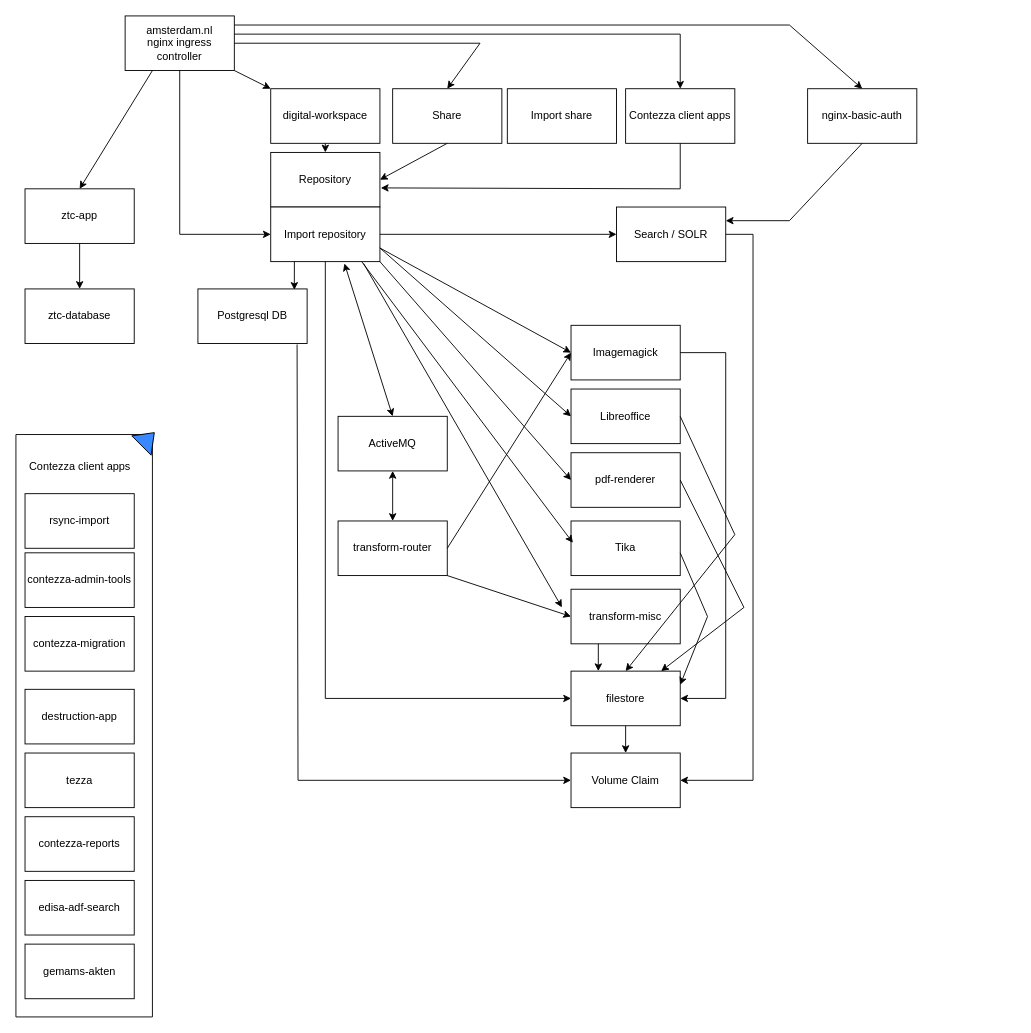
Above: Untitled Diagram.drawio in lobbrecht-capgemini/charts (draw.io), before the change. Source tidied: cells renumbered, new cells numbered last; positions are measured from the earlier drawing's top-left corner, leaving out a move shared by most shapes. Both pictures are drawn from the tidied source at 91%, with x=0, y=0 at pixel (15, 15).
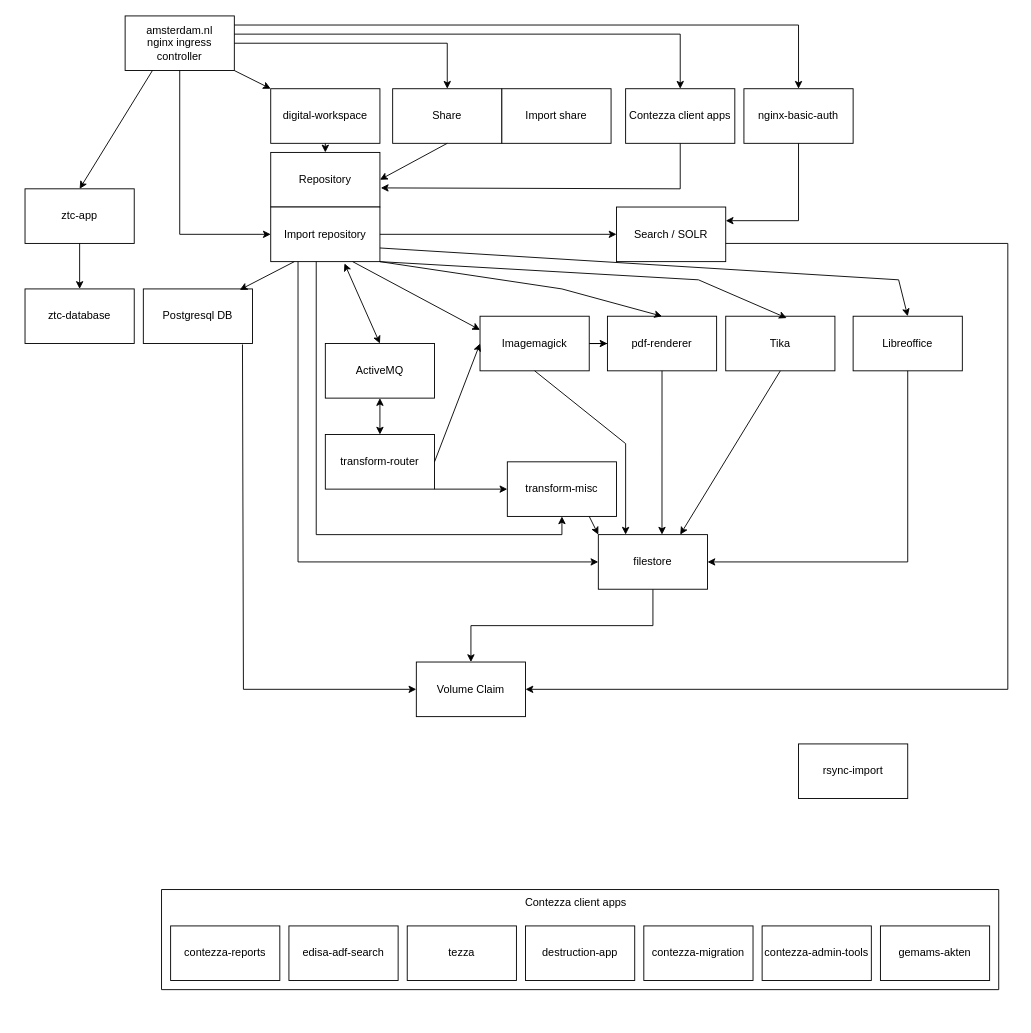
The same page after the edit.

The change refers to these unchanged cells:
```xml
<mxCell id="2" value="Share" style="rounded=0;whiteSpace=wrap;html=1;" parent="1" vertex="1">
  <mxGeometry x="414" y="80" width="120" height="60" as="geometry" />
</mxCell>
<mxCell id="5" value="Search / SOLR" style="rounded=0;whiteSpace=wrap;html=1;" parent="1" vertex="1">
  <mxGeometry x="660" y="210" width="120" height="60" as="geometry" />
</mxCell>
<mxCell id="28" value="Import repository" style="rounded=0;whiteSpace=wrap;html=1;" parent="1" vertex="1">
  <mxGeometry x="280" y="210" width="120" height="60" as="geometry" />
</mxCell>
```

The edit, as a diff of the source:
```diff
@@
     <mxCell id="3" value="Import share" style="rounded=0;whiteSpace=wrap;html=1;" parent="1" vertex="1">
-      <mxGeometry x="540" y="80" width="120" height="60" as="geometry" />
+      <mxGeometry x="534" y="80" width="120" height="60" as="geometry" />
     </mxCell>
@@
     <mxCell id="7" value="Volume Claim&lt;br&gt;" style="rounded=0;whiteSpace=wrap;html=1;" parent="1" vertex="1">
-      <mxGeometry x="610" y="810" width="120" height="60" as="geometry" />
+      <mxGeometry x="440" y="710" width="120" height="60" as="geometry" />
     </mxCell>
     <mxCell id="8" value="ActiveMQ" style="rounded=0;whiteSpace=wrap;html=1;" parent="1" vertex="1">
-      <mxGeometry x="354" y="440" width="120" height="60" as="geometry" />
+      <mxGeometry x="340" y="360" width="120" height="60" as="geometry" />
     </mxCell>
+    <mxCell id="67" style="edgeStyle=orthogonalEdgeStyle;rounded=0;jettySize=auto;html=1;" parent="1" edge="1" source="9" target="11">
+      <mxGeometry relative="1" as="geometry" />
+    </mxCell>
     <mxCell id="9" value="Imagemagick" style="rounded=0;whiteSpace=wrap;html=1;" parent="1" vertex="1">
-      <mxGeometry x="610" y="340" width="120" height="60" as="geometry" />
+      <mxGeometry x="510" y="330" width="120" height="60" as="geometry" />
     </mxCell>
     <mxCell id="10" value="Libreoffice" style="rounded=0;whiteSpace=wrap;html=1;" parent="1" vertex="1">
-      <mxGeometry x="610" y="410" width="120" height="60" as="geometry" />
+      <mxGeometry x="920" y="330" width="120" height="60" as="geometry" />
     </mxCell>
     <mxCell id="11" value="pdf-renderer" style="rounded=0;whiteSpace=wrap;html=1;" parent="1" vertex="1">
-      <mxGeometry x="610" y="480" width="120" height="60" as="geometry" />
+      <mxGeometry x="650" y="330" width="120" height="60" as="geometry" />
     </mxCell>
     <mxCell id="12" value="Tika" style="rounded=0;whiteSpace=wrap;html=1;" parent="1" vertex="1">
-      <mxGeometry x="610" y="555" width="120" height="60" as="geometry" />
+      <mxGeometry x="780" y="330" width="120" height="60" as="geometry" />
     </mxCell>
     <mxCell id="13" value="transform-misc" style="rounded=0;whiteSpace=wrap;html=1;" parent="1" vertex="1">
-      <mxGeometry x="610" y="630" width="120" height="60" as="geometry" />
+      <mxGeometry x="540" y="490" width="120" height="60" as="geometry" />
     </mxCell>
     <mxCell id="14" value="transform-router" style="rounded=0;whiteSpace=wrap;html=1;" parent="1" vertex="1">
-      <mxGeometry x="354" y="555" width="120" height="60" as="geometry" />
+      <mxGeometry x="340" y="460" width="120" height="60" as="geometry" />
     </mxCell>
     <mxCell id="15" value="filestore" style="rounded=0;whiteSpace=wrap;html=1;" parent="1" vertex="1">
-      <mxGeometry x="610" y="720" width="120" height="60" as="geometry" />
+      <mxGeometry x="640" y="570" width="120" height="60" as="geometry" />
     </mxCell>
-    <mxCell id="16" value="contezza-admin-tools" style="rounded=0;whiteSpace=wrap;html=1;" parent="1" vertex="1">
-      <mxGeometry x="10" y="590" width="120" height="60" as="geometry" />
-    </mxCell>
-    <mxCell id="17" value="contezza-migration" style="rounded=0;whiteSpace=wrap;html=1;" parent="1" vertex="1">
-      <mxGeometry x="10" y="660" width="120" height="60" as="geometry" />
-    </mxCell>
-    <mxCell id="18" value="destruction-app" style="rounded=0;whiteSpace=wrap;html=1;" parent="1" vertex="1">
-      <mxGeometry x="10" y="740" width="120" height="60" as="geometry" />
-    </mxCell>
@@
-    <mxCell id="20" value="edisa-adf-search" style="rounded=0;whiteSpace=wrap;html=1;" parent="1" vertex="1">
-      <mxGeometry x="10" y="950" width="120" height="60" as="geometry" />
-    </mxCell>
-    <mxCell id="21" value="gemams-akten" style="rounded=0;whiteSpace=wrap;html=1;" parent="1" vertex="1">
-      <mxGeometry x="10" y="1020" width="120" height="60" as="geometry" />
-    </mxCell>
-    <mxCell id="22" value="contezza-reports" style="rounded=0;whiteSpace=wrap;html=1;" parent="1" vertex="1">
-      <mxGeometry x="10" y="880" width="120" height="60" as="geometry" />
-    </mxCell>
-    <mxCell id="23" value="tezza" style="rounded=0;whiteSpace=wrap;html=1;" parent="1" vertex="1">
-      <mxGeometry x="10" y="810" width="120" height="60" as="geometry" />
-    </mxCell>
     <mxCell id="24" value="nginx-basic-auth" style="rounded=0;whiteSpace=wrap;html=1;" parent="1" vertex="1">
-      <mxGeometry x="870" y="80" width="120" height="60" as="geometry" />
+      <mxGeometry x="800" y="80" width="120" height="60" as="geometry" />
     </mxCell>
-    <mxCell id="25" value="rsync-import" style="rounded=0;whiteSpace=wrap;html=1;" parent="1" vertex="1">
-      <mxGeometry x="10" y="525" width="120" height="60" as="geometry" />
-    </mxCell>
@@
-    <mxCell id="32" style="endArrow=none;html=1;rounded=0;exitX=1;exitY=0.5;exitDx=0;exitDy=0;" parent="1" edge="1" source="9">
-      <mxGeometry relative="1" as="geometry">
-        <mxPoint x="780" y="370" as="targetPoint" />
-      </mxGeometry>
-    </mxCell>
-    <mxCell id="33" style="endArrow=none;html=1;rounded=0;" parent="1" edge="1">
-      <mxGeometry relative="1" as="geometry">
-        <mxPoint x="780" y="750" as="sourcePoint" />
-        <mxPoint x="780" y="370" as="targetPoint" />
-      </mxGeometry>
-    </mxCell>
-    <mxCell id="34" style="endArrow=classic;html=1;rounded=0;entryX=1;entryY=0.5;entryDx=0;entryDy=0;" parent="1" edge="1" target="15">
-      <mxGeometry relative="1" as="geometry">
-        <mxPoint x="780" y="750" as="sourcePoint" />
-      </mxGeometry>
-    </mxCell>
-    <mxCell id="35" style="endArrow=classic;html=1;rounded=0;" parent="1" edge="1" target="15">
-      <mxGeometry relative="1" as="geometry">
-        <mxPoint x="730" y="510" as="sourcePoint" />
-        <Array as="points">
-          <mxPoint x="800" y="650" />
-        </Array>
-      </mxGeometry>
-    </mxCell>
-    <mxCell id="36" style="endArrow=classic;html=1;rounded=0;entryX=1;entryY=0.25;entryDx=0;entryDy=0;" parent="1" edge="1" target="15">
-      <mxGeometry relative="1" as="geometry">
-        <mxPoint x="730" y="590" as="sourcePoint" />
-        <Array as="points">
-          <mxPoint x="760" y="660" />
-        </Array>
-      </mxGeometry>
-    </mxCell>
-    <mxCell id="37" style="endArrow=classic;html=1;rounded=0;entryX=0.5;entryY=0;entryDx=0;entryDy=0;" parent="1" edge="1" target="15">
+    <mxCell id="37" style="endArrow=classic;html=1;rounded=0;entryX=1;entryY=0.5;entryDx=0;entryDy=0;exitX=0.5;exitY=1;exitDx=0;exitDy=0;" parent="1" edge="1" source="10" target="15">
       <mxGeometry relative="1" as="geometry">
-        <mxPoint x="730" y="440" as="sourcePoint" />
         <Array as="points">
-          <mxPoint x="790" y="570" />
+          <mxPoint x="980" y="600" />
         </Array>
       </mxGeometry>
     </mxCell>
-    <mxCell id="38" style="endArrow=classic;html=1;rounded=0;entryX=0.25;entryY=0;entryDx=0;entryDy=0;" parent="1" edge="1" target="15">
-      <mxGeometry relative="1" as="geometry">
-        <mxPoint x="640" y="690" as="sourcePoint" />
-      </mxGeometry>
-    </mxCell>
@@
-    <mxCell id="43" style="endArrow=classic;html=1;rounded=0;exitX=1;exitY=0.75;exitDx=0;exitDy=0;entryX=0;entryY=0.5;entryDx=0;entryDy=0;" parent="1" edge="1" source="28" target="9">
+    <mxCell id="43" style="endArrow=classic;html=1;rounded=0;exitX=0.75;exitY=1;exitDx=0;exitDy=0;entryX=0;entryY=0.25;entryDx=0;entryDy=0;" parent="1" edge="1" source="28" target="9">
       <mxGeometry relative="1" as="geometry" />
     </mxCell>
-    <mxCell id="44" style="endArrow=classic;html=1;rounded=0;exitX=1;exitY=0.75;exitDx=0;exitDy=0;entryX=0;entryY=0.5;entryDx=0;entryDy=0;" parent="1" edge="1" source="28" target="10">
-      <mxGeometry relative="1" as="geometry" />
+    <mxCell id="44" style="endArrow=classic;html=1;rounded=0;exitX=1;exitY=0.75;exitDx=0;exitDy=0;entryX=0.5;entryY=0;entryDx=0;entryDy=0;" parent="1" edge="1" source="28" target="10">
+      <mxGeometry relative="1" as="geometry">
+        <Array as="points">
+          <mxPoint x="970" y="290" />
+        </Array>
+      </mxGeometry>
     </mxCell>
-    <mxCell id="45" style="endArrow=classic;html=1;rounded=0;exitX=1;exitY=1;exitDx=0;exitDy=0;entryX=0;entryY=0.5;entryDx=0;entryDy=0;" parent="1" edge="1" source="28" target="11">
-      <mxGeometry relative="1" as="geometry" />
+    <mxCell id="45" style="endArrow=classic;html=1;rounded=0;exitX=1;exitY=1;exitDx=0;exitDy=0;entryX=0.5;entryY=0;entryDx=0;entryDy=0;" parent="1" edge="1" source="28" target="11">
+      <mxGeometry relative="1" as="geometry">
+        <Array as="points">
+          <mxPoint x="600" y="300" />
+        </Array>
+      </mxGeometry>
     </mxCell>
-    <mxCell id="46" style="endArrow=classic;html=1;rounded=0;exitX=0.833;exitY=1;exitDx=0;exitDy=0;entryX=0.017;entryY=0.4;entryDx=0;entryDy=0;entryPerimeter=0;exitPerimeter=0;" parent="1" edge="1" source="28" target="12">
-      <mxGeometry relative="1" as="geometry" />
+    <mxCell id="46" style="endArrow=classic;html=1;rounded=0;exitX=1;exitY=1;exitDx=0;exitDy=0;entryX=0.558;entryY=0.033;entryDx=0;entryDy=0;entryPerimeter=0;" parent="1" edge="1" source="28" target="12">
+      <mxGeometry relative="1" as="geometry">
+        <Array as="points">
+          <mxPoint x="750" y="290" />
+        </Array>
+      </mxGeometry>
     </mxCell>
-    <mxCell id="47" style="endArrow=classic;html=1;rounded=0;exitX=0.85;exitY=1.033;exitDx=0;exitDy=0;exitPerimeter=0;" parent="1" edge="1" source="28">
-      <mxGeometry relative="1" as="geometry">
-        <mxPoint x="600" y="650" as="targetPoint" />
-      </mxGeometry>
-    </mxCell>
-    <mxCell id="48" style="endArrow=classic;html=1;rounded=0;entryX=1;entryY=0.5;entryDx=0;entryDy=0;exitX=1;exitY=0.5;exitDx=0;exitDy=0;" parent="1" edge="1" source="5" target="7">
-      <mxGeometry relative="1" as="geometry">
-        <Array as="points">
-          <mxPoint x="810" y="240" />
-          <mxPoint x="810" y="840" />
-        </Array>
-      </mxGeometry>
-    </mxCell>
     <mxCell id="49" value="Postgresql DB" style="rounded=0;whiteSpace=wrap;html=1;" parent="1" vertex="1">
-      <mxGeometry x="200" y="300" width="120" height="60" as="geometry" />
+      <mxGeometry x="140" y="300" width="120" height="60" as="geometry" />
     </mxCell>
@@
     <mxCell id="51" style="endArrow=classic;html=1;rounded=0;exitX=0.908;exitY=1.017;exitDx=0;exitDy=0;exitPerimeter=0;entryX=0;entryY=0.5;entryDx=0;entryDy=0;" parent="1" edge="1" source="49" target="7">
       <mxGeometry relative="1" as="geometry">
         <Array as="points">
-          <mxPoint x="310" y="840" />
+          <mxPoint x="250" y="740" />
         </Array>
       </mxGeometry>
     </mxCell>
@@
     <mxCell id="53" style="endArrow=classic;html=1;rounded=0;entryX=0.5;entryY=0;entryDx=0;entryDy=0;" parent="1" edge="1" target="2">
       <mxGeometry relative="1" as="geometry">
         <mxPoint x="240" y="30" as="sourcePoint" />
         <Array as="points">
-          <mxPoint x="510" y="30" />
+          <mxPoint x="474" y="30" />
         </Array>
       </mxGeometry>
     </mxCell>
@@
     <mxCell id="56" style="endArrow=classic;html=1;rounded=0;entryX=0.5;entryY=0;entryDx=0;entryDy=0;" parent="1" edge="1" target="24">
       <mxGeometry relative="1" as="geometry">
         <mxPoint x="240" y="10" as="sourcePoint" />
         <Array as="points">
-          <mxPoint x="850" y="10" />
+          <mxPoint x="860" y="10" />
         </Array>
       </mxGeometry>
     </mxCell>
     <mxCell id="57" style="endArrow=classic;html=1;rounded=0;exitX=0.5;exitY=1;exitDx=0;exitDy=0;entryX=1;entryY=0.25;entryDx=0;entryDy=0;" parent="1" edge="1" source="24" target="5">
       <mxGeometry relative="1" as="geometry">
         <Array as="points">
-          <mxPoint x="850" y="225" />
+          <mxPoint x="860" y="225" />
         </Array>
       </mxGeometry>
     </mxCell>
@@
     <mxCell id="63" style="swimlane;startSize=0;" parent="1" vertex="1">
-      <mxGeometry y="460" width="150" height="640" as="geometry" />
+      <mxGeometry x="160" y="960" width="920" height="110" as="geometry" />
     </mxCell>
     <mxCell id="64" value="Contezza client apps" style="text;html=1;align=center;verticalAlign=middle;strokeColor=none;fillColor=none;" parent="63" vertex="1">
-      <mxGeometry x="5" y="20" width="130" height="30" as="geometry" />
+      <mxGeometry x="390" width="130" height="30" as="geometry" />
     </mxCell>
-    <mxCell id="65" style="triangle;whiteSpace=wrap;html=1;fillColor=#3a88fe;rotation=-45;" parent="63" vertex="1">
-      <mxGeometry x="135" y="-10" width="20" height="30" as="geometry" />
-    </mxCell>
+    <mxCell id="16" value="contezza-admin-tools" style="rounded=0;whiteSpace=wrap;html=1;" parent="63" vertex="1">
+      <mxGeometry x="660" y="40" width="120" height="60" as="geometry" />
+    </mxCell>
+    <mxCell id="17" value="contezza-migration" style="rounded=0;whiteSpace=wrap;html=1;" parent="63" vertex="1">
+      <mxGeometry x="530" y="40" width="120" height="60" as="geometry" />
+    </mxCell>
+    <mxCell id="18" value="destruction-app" style="rounded=0;whiteSpace=wrap;html=1;" parent="63" vertex="1">
+      <mxGeometry x="400" y="40" width="120" height="60" as="geometry" />
+    </mxCell>
+    <mxCell id="23" value="tezza" style="rounded=0;whiteSpace=wrap;html=1;" parent="63" vertex="1">
+      <mxGeometry x="270" y="40" width="120" height="60" as="geometry" />
+    </mxCell>
+    <mxCell id="21" value="gemams-akten" style="rounded=0;whiteSpace=wrap;html=1;" parent="63" vertex="1">
+      <mxGeometry x="790" y="40" width="120" height="60" as="geometry" />
+    </mxCell>
+    <mxCell id="20" value="edisa-adf-search" style="rounded=0;whiteSpace=wrap;html=1;" parent="63" vertex="1">
+      <mxGeometry x="140" y="40" width="120" height="60" as="geometry" />
+    </mxCell>
+    <mxCell id="22" value="contezza-reports" style="rounded=0;whiteSpace=wrap;html=1;" parent="63" vertex="1">
+      <mxGeometry x="10" y="40" width="120" height="60" as="geometry" />
+    </mxCell>
-    <mxCell id="66" style="endArrow=classic;html=1;rounded=0;entryX=0;entryY=0.5;entryDx=0;entryDy=0;" parent="1" edge="1" target="15">
+    <mxCell id="66" style="endArrow=classic;html=1;rounded=0;entryX=0;entryY=0.5;entryDx=0;entryDy=0;exitX=0.25;exitY=1;exitDx=0;exitDy=0;" parent="1" edge="1" source="28" target="15">
       <mxGeometry relative="1" as="geometry">
-        <mxPoint x="340" y="270" as="sourcePoint" />
         <Array as="points">
-          <mxPoint x="340" y="750" />
+          <mxPoint x="310" y="600" />
         </Array>
       </mxGeometry>
     </mxCell>
+    <mxCell id="68" style="endArrow=classic;html=1;rounded=0;entryX=0.5;entryY=1;entryDx=0;entryDy=0;" parent="1" edge="1" target="13">
+      <mxGeometry relative="1" as="geometry">
+        <mxPoint x="330" y="270" as="sourcePoint" />
+        <Array as="points">
+          <mxPoint x="330" y="570" />
+          <mxPoint x="600" y="570" />
+        </Array>
+      </mxGeometry>
+    </mxCell>
+    <mxCell id="69" style="endArrow=classic;html=1;rounded=0;entryX=1;entryY=0.5;entryDx=0;entryDy=0;" parent="1" edge="1" target="7">
+      <mxGeometry relative="1" as="geometry">
+        <mxPoint x="780" y="250" as="sourcePoint" />
+        <Array as="points">
+          <mxPoint x="1090" y="250" />
+          <mxPoint x="1090" y="740" />
+        </Array>
+      </mxGeometry>
+    </mxCell>
+    <mxCell id="70" style="endArrow=classic;html=1;rounded=0;exitX=0.75;exitY=1;exitDx=0;exitDy=0;entryX=0;entryY=0;entryDx=0;entryDy=0;" parent="1" edge="1" source="13" target="15">
+      <mxGeometry relative="1" as="geometry" />
+    </mxCell>
+    <mxCell id="71" style="endArrow=classic;html=1;rounded=0;exitX=0.5;exitY=1;exitDx=0;exitDy=0;entryX=0.25;entryY=0;entryDx=0;entryDy=0;" parent="1" edge="1" source="9" target="15">
+      <mxGeometry relative="1" as="geometry">
+        <Array as="points">
+          <mxPoint x="670" y="470" />
+        </Array>
+      </mxGeometry>
+    </mxCell>
+    <mxCell id="72" style="endArrow=classic;html=1;rounded=0;exitX=0.5;exitY=1;exitDx=0;exitDy=0;entryX=0.583;entryY=0;entryDx=0;entryDy=0;entryPerimeter=0;" parent="1" edge="1" source="11" target="15">
+      <mxGeometry relative="1" as="geometry" />
+    </mxCell>
+    <mxCell id="73" style="endArrow=classic;html=1;rounded=0;exitX=0.5;exitY=1;exitDx=0;exitDy=0;entryX=0.75;entryY=0;entryDx=0;entryDy=0;" parent="1" edge="1" source="12" target="15">
+      <mxGeometry relative="1" as="geometry" />
+    </mxCell>
+    <mxCell id="25" value="rsync-import" style="rounded=0;whiteSpace=wrap;html=1;" parent="1" vertex="1">
+      <mxGeometry x="860" y="800" width="120" height="60" as="geometry" />
+    </mxCell>
```
